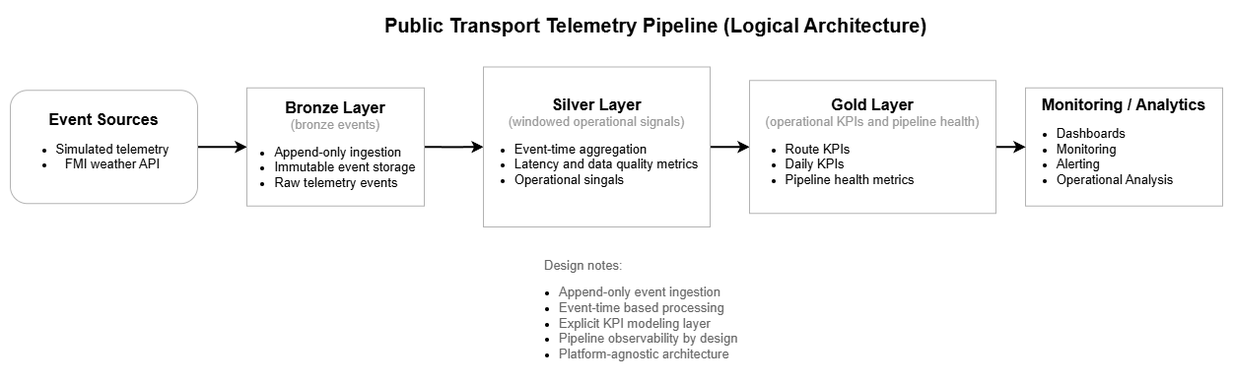
The draw.io diagram Projects/Public-Transport-Telemetry-Pipeline/docs/architecture.png in TuoYang263/Work-Project-Collections-on-Teko-ly, before a commit. Source tidied: cells renumbered, new cells last; positions are measured from the earlier drawing's top-left corner, leaving out a move shared by most shapes.
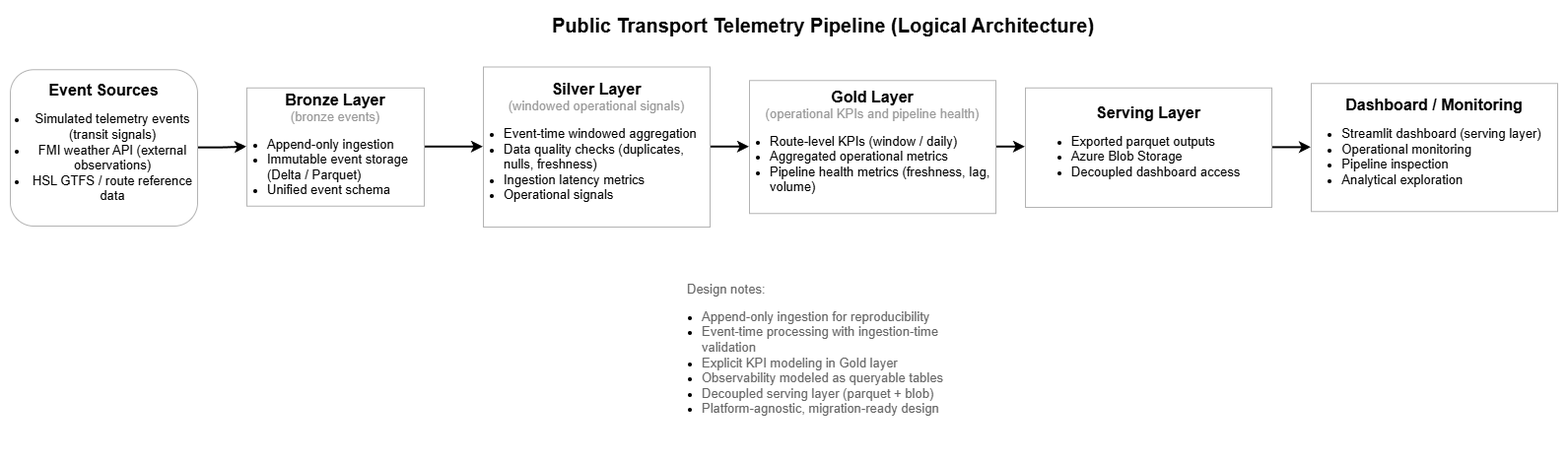
After the change.

The edit, as a diff of the source:
```diff
@@ -5,35 +5,41 @@
     <mxCell id="2" style="edgeStyle=orthogonalEdgeStyle;rounded=0;jettySize=auto;html=1;exitX=1;exitY=0.5;exitDx=0;exitDy=0;strokeWidth=2;" parent="1" edge="1" source="3" target="5">
       <mxGeometry relative="1" as="geometry" />
     </mxCell>
-    <mxCell id="3" value="&lt;span style=&quot;font-size: 16px;&quot;&gt;&lt;b&gt;Event Sources&lt;/b&gt;&lt;/span&gt;&lt;div&gt;&lt;ul style=&quot;padding-left: 18px;&quot;&gt;&lt;li&gt;&lt;font style=&quot;font-size: 13px;&quot;&gt;Simulated telemetry&lt;/font&gt;&lt;/li&gt;&lt;li&gt;&lt;font style=&quot;font-size: 13px;&quot;&gt;FMI weather API&lt;/font&gt;&lt;/li&gt;&lt;/ul&gt;&lt;/div&gt;" style="rounded=1;whiteSpace=wrap;html=1;strokeColor=#B3B3B3;" parent="1" vertex="1">
-      <mxGeometry y="81.2" width="190" height="115" as="geometry" />
+    <mxCell id="3" value="&lt;span style=&quot;font-size: 16px;&quot;&gt;&lt;b&gt;Event Sources&lt;/b&gt;&lt;/span&gt;&lt;div&gt;&lt;ul style=&quot;padding-left: 18px;&quot;&gt;&lt;li&gt;&lt;font style=&quot;font-size: 13px;&quot;&gt;Simulated telemetry events (transit signals)&lt;/font&gt;&lt;/li&gt;&lt;li&gt;&lt;font style=&quot;font-size: 13px;&quot;&gt;FMI weather API (external observations)&lt;/font&gt;&lt;/li&gt;&lt;li&gt;&lt;font style=&quot;font-size: 13px;&quot;&gt;HSL GTFS / route reference data&lt;/font&gt;&lt;/li&gt;&lt;/ul&gt;&lt;/div&gt;" style="rounded=1;whiteSpace=wrap;html=1;strokeColor=#B3B3B3;" parent="1" vertex="1">
+      <mxGeometry y="60.2" width="190" height="158.8" as="geometry" />
     </mxCell>
     <mxCell id="4" style="edgeStyle=orthogonalEdgeStyle;rounded=0;jettySize=auto;html=1;exitX=1;exitY=0.5;exitDx=0;exitDy=0;strokeWidth=2;" parent="1" edge="1" source="5" target="7">
       <mxGeometry relative="1" as="geometry" />
     </mxCell>
-    <mxCell id="5" value="&lt;font style=&quot;font-size: 16px;&quot;&gt;&lt;b&gt;Bronze Layer&lt;/b&gt;&lt;/font&gt;&lt;div&gt;&lt;span style=&quot;background-color: transparent;&quot;&gt;&lt;font style=&quot;font-size: 13px; color: light-dark(rgb(153, 153, 153), rgb(255, 255, 255));&quot;&gt;(bronze events)&lt;/font&gt;&lt;/span&gt;&lt;div&gt;&lt;ul style=&quot;padding-left: 20px; margin-bottom: 6px;&quot;&gt;&lt;li style=&quot;text-align: left;&quot;&gt;&lt;span style=&quot;font-size: 13px;&quot;&gt;Append-only ingestion&lt;/span&gt;&lt;/li&gt;&lt;li style=&quot;text-align: left;&quot;&gt;&lt;span style=&quot;font-size: 13px;&quot;&gt;Immutable event storage&lt;/span&gt;&lt;/li&gt;&lt;li style=&quot;text-align: left;&quot;&gt;&lt;span style=&quot;font-size: 13px;&quot;&gt;Raw telemetry events&lt;/span&gt;&lt;/li&gt;&lt;/ul&gt;&lt;/div&gt;&lt;/div&gt;" style="rounded=0;whiteSpace=wrap;html=1;strokeColor=#B3B3B3;" parent="1" vertex="1">
+    <mxCell id="5" value="&lt;font style=&quot;font-size: 16px;&quot;&gt;&lt;b&gt;Bronze Layer&lt;/b&gt;&lt;/font&gt;&lt;div&gt;&lt;span style=&quot;background-color: transparent;&quot;&gt;&lt;font style=&quot;font-size: 13px; color: light-dark(rgb(153, 153, 153), rgb(255, 255, 255));&quot;&gt;(bronze events)&lt;/font&gt;&lt;/span&gt;&lt;div&gt;&lt;ul style=&quot;padding-left: 20px; margin-bottom: 6px;&quot;&gt;&lt;li style=&quot;text-align: left;&quot;&gt;&lt;span style=&quot;font-size: 13px;&quot;&gt;Append-only ingestion&lt;/span&gt;&lt;/li&gt;&lt;li style=&quot;text-align: left;&quot;&gt;&lt;span style=&quot;font-size: 13px;&quot;&gt;Immutable event storage (Delta / Parquet)&lt;/span&gt;&lt;/li&gt;&lt;li style=&quot;text-align: left;&quot;&gt;&lt;span style=&quot;font-size: 13px;&quot;&gt;Unified event schema&lt;/span&gt;&lt;/li&gt;&lt;/ul&gt;&lt;/div&gt;&lt;/div&gt;" style="rounded=0;whiteSpace=wrap;html=1;strokeColor=#B3B3B3;" parent="1" vertex="1">
       <mxGeometry x="240" y="78.8" width="180" height="120" as="geometry" />
     </mxCell>
     <mxCell id="6" style="edgeStyle=orthogonalEdgeStyle;rounded=0;jettySize=auto;html=1;exitX=1;exitY=0.5;exitDx=0;exitDy=0;entryX=0;entryY=0.5;entryDx=0;entryDy=0;strokeWidth=2;" parent="1" edge="1" source="7" target="12">
       <mxGeometry relative="1" as="geometry" />
     </mxCell>
-    <mxCell id="7" value="&lt;b&gt;&lt;font style=&quot;font-size: 16px;&quot;&gt;Silver Layer&lt;/font&gt;&lt;/b&gt;&lt;div&gt;&lt;font color=&quot;#999999&quot;&gt;&lt;span style=&quot;font-size: 13px;&quot;&gt;(windowed operational signals)&lt;/span&gt;&lt;/font&gt;&lt;/div&gt;&lt;div&gt;&lt;ul style=&quot;padding-left: 20px;&quot;&gt;&lt;li style=&quot;text-align: left;&quot;&gt;&lt;span style=&quot;font-size: 13px;&quot;&gt;Event-time aggregation&lt;/span&gt;&lt;/li&gt;&lt;li style=&quot;text-align: left;&quot;&gt;&lt;span style=&quot;font-size: 13px;&quot;&gt;Latency and data quality metrics&lt;/span&gt;&lt;/li&gt;&lt;li style=&quot;text-align: left;&quot;&gt;&lt;span style=&quot;font-size: 13px;&quot;&gt;Operational singals&lt;/span&gt;&lt;/li&gt;&lt;/ul&gt;&lt;/div&gt;" style="rounded=0;whiteSpace=wrap;html=1;strokeColor=#B3B3B3;" parent="1" vertex="1">
+    <mxCell id="7" value="&lt;b&gt;&lt;font style=&quot;font-size: 16px;&quot;&gt;Silver Layer&lt;/font&gt;&lt;/b&gt;&lt;div&gt;&lt;font color=&quot;#999999&quot;&gt;&lt;span style=&quot;font-size: 13px;&quot;&gt;(windowed operational signals)&lt;/span&gt;&lt;/font&gt;&lt;/div&gt;&lt;div&gt;&lt;ul style=&quot;padding-left: 20px;&quot;&gt;&lt;li style=&quot;text-align: left;&quot;&gt;&lt;span style=&quot;font-size: 13px;&quot;&gt;Event-time windowed aggregation&lt;/span&gt;&lt;/li&gt;&lt;li style=&quot;text-align: left;&quot;&gt;&lt;span style=&quot;font-size: 13px;&quot;&gt;Data quality checks (duplicates, nulls, freshness)&lt;/span&gt;&lt;/li&gt;&lt;li style=&quot;text-align: left;&quot;&gt;&lt;span style=&quot;font-size: 13px;&quot;&gt;Ingestion latency metrics&lt;/span&gt;&lt;/li&gt;&lt;li style=&quot;text-align: left;&quot;&gt;&lt;span style=&quot;font-size: 13px;&quot;&gt;Operational signals&lt;/span&gt;&lt;/li&gt;&lt;/ul&gt;&lt;/div&gt;" style="rounded=0;whiteSpace=wrap;html=1;strokeColor=#B3B3B3;" parent="1" vertex="1">
       <mxGeometry x="480" y="57.5" width="230" height="162.5" as="geometry" />
     </mxCell>
-    <mxCell id="8" value="&lt;b&gt;&lt;font style=&quot;font-size: 16px;&quot;&gt;Monitoring&lt;/font&gt;&lt;/b&gt;&lt;b&gt;&lt;font style=&quot;font-size: 16px;&quot;&gt;&amp;nbsp;/&amp;nbsp;&lt;/font&gt;&lt;/b&gt;&lt;b&gt;&lt;font style=&quot;font-size: 16px;&quot;&gt;Analytics&lt;/font&gt;&lt;/b&gt;&lt;div&gt;&lt;ul style=&quot;padding-left: 15px;&quot;&gt;&lt;li style=&quot;text-align: left;&quot;&gt;&lt;font style=&quot;font-size: 13px;&quot;&gt;Dashboards&lt;/font&gt;&lt;/li&gt;&lt;li style=&quot;text-align: left;&quot;&gt;&lt;span style=&quot;font-size: 13px;&quot;&gt;Monitoring&lt;/span&gt;&lt;/li&gt;&lt;li style=&quot;text-align: left;&quot;&gt;&lt;span style=&quot;font-size: 13px;&quot;&gt;Alerting&lt;/span&gt;&lt;/li&gt;&lt;li style=&quot;text-align: left;&quot;&gt;&lt;span style=&quot;font-size: 13px;&quot;&gt;Operational Analysis&lt;/span&gt;&lt;/li&gt;&lt;/ul&gt;&lt;/div&gt;" style="rounded=0;whiteSpace=wrap;html=1;strokeColor=#B3B3B3;" parent="1" vertex="1">
-      <mxGeometry x="1030" y="78.8" width="200" height="120" as="geometry" />
+    <mxCell id="8" value="&lt;span style=&quot;font-size: 16px;&quot;&gt;&lt;b&gt;Dashboard / Monitoring&lt;/b&gt;&lt;/span&gt;&lt;br&gt;&lt;div&gt;&lt;ul style=&quot;padding-left: 15px;&quot;&gt;&lt;li style=&quot;text-align: left;&quot;&gt;&lt;span style=&quot;font-size: 13px;&quot;&gt;Streamlit dashboard (serving layer)&lt;/span&gt;&lt;/li&gt;&lt;li style=&quot;text-align: left;&quot;&gt;&lt;span style=&quot;font-size: 13px;&quot;&gt;Operational monitoring&lt;/span&gt;&lt;/li&gt;&lt;li style=&quot;text-align: left;&quot;&gt;&lt;span style=&quot;font-size: 13px;&quot;&gt;Pipeline inspection&lt;/span&gt;&lt;/li&gt;&lt;li style=&quot;text-align: left;&quot;&gt;&lt;span style=&quot;font-size: 13px;&quot;&gt;Analytical exploration&lt;/span&gt;&lt;/li&gt;&lt;/ul&gt;&lt;/div&gt;" style="rounded=0;whiteSpace=wrap;html=1;strokeColor=#B3B3B3;" parent="1" vertex="1">
+      <mxGeometry x="1320" y="74.2" width="250" height="130" as="geometry" />
     </mxCell>
-    <mxCell id="9" value="&lt;div&gt;&lt;font style=&quot;font-size: 13px; color: rgb(102, 102, 102);&quot;&gt;Design notes:&lt;/font&gt;&lt;/div&gt;&lt;div&gt;&lt;ul style=&quot;padding-left: 15px;&quot;&gt;&lt;li&gt;&lt;font color=&quot;#666666&quot;&gt;&lt;span style=&quot;font-size: 13px;&quot;&gt;Append-only event ingestion&lt;/span&gt;&lt;/font&gt;&lt;/li&gt;&lt;li&gt;&lt;font style=&quot;font-size: 13px; color: rgb(102, 102, 102);&quot;&gt;Event-time based processing&lt;/font&gt;&lt;/li&gt;&lt;li&gt;&lt;font style=&quot;font-size: 13px; color: rgb(102, 102, 102);&quot;&gt;Explicit KPI modeling layer&lt;/font&gt;&lt;/li&gt;&lt;li&gt;&lt;font style=&quot;font-size: 13px; color: rgb(102, 102, 102);&quot;&gt;Pipeline observability by design&lt;/font&gt;&lt;/li&gt;&lt;li&gt;&lt;font style=&quot;font-size: 13px; color: rgb(102, 102, 102);&quot;&gt;Platform-agnostic architecture&lt;/font&gt;&lt;/li&gt;&lt;/ul&gt;&lt;/div&gt;" style="text;html=1;whiteSpace=wrap;strokeColor=none;fillColor=none;align=left;verticalAlign=middle;rounded=0;" parent="1" vertex="1">
-      <mxGeometry x="540" y="250" width="230" height="120" as="geometry" />
+    <mxCell id="9" value="&lt;div&gt;&lt;font style=&quot;font-size: 13px; color: rgb(102, 102, 102);&quot;&gt;Design notes:&lt;/font&gt;&lt;/div&gt;&lt;div&gt;&lt;ul style=&quot;padding-left: 15px;&quot;&gt;&lt;li&gt;&lt;font style=&quot;font-size: 13px; color: rgb(102, 102, 102);&quot;&gt;Append-only ingestion for reproducibility&lt;/font&gt;&lt;/li&gt;&lt;li&gt;&lt;font style=&quot;font-size: 13px; color: rgb(102, 102, 102);&quot;&gt;Event-time processing with ingestion-time validation&lt;/font&gt;&lt;/li&gt;&lt;li&gt;&lt;font style=&quot;font-size: 13px; color: rgb(102, 102, 102);&quot;&gt;Explicit KPI modeling in Gold layer&lt;/font&gt;&lt;/li&gt;&lt;li&gt;&lt;font style=&quot;font-size: 13px; color: rgb(102, 102, 102);&quot;&gt;Observability modeled as queryable tables&lt;/font&gt;&lt;/li&gt;&lt;li&gt;&lt;font style=&quot;font-size: 13px; color: rgb(102, 102, 102);&quot;&gt;Decoupled serving layer (parquet + blob)&lt;/font&gt;&lt;/li&gt;&lt;li&gt;&lt;font style=&quot;font-size: 13px; color: rgb(102, 102, 102);&quot;&gt;Platform-agnostic, migration-ready design&lt;/font&gt;&lt;/li&gt;&lt;/ul&gt;&lt;/div&gt;" style="text;html=1;whiteSpace=wrap;strokeColor=none;fillColor=none;align=left;verticalAlign=middle;rounded=0;" parent="1" vertex="1">
+      <mxGeometry x="685" y="250" width="280" height="200" as="geometry" />
     </mxCell>
     <mxCell id="10" value="&lt;font style=&quot;font-size: 20px;&quot;&gt;&lt;b&gt;Public Transport Telemetry Pipeline (Logical Architecture)&lt;/b&gt;&lt;/font&gt;" style="text;html=1;whiteSpace=wrap;strokeColor=none;fillColor=none;align=center;verticalAlign=middle;rounded=0;" parent="1" vertex="1">
-      <mxGeometry x="360" width="590" height="30" as="geometry" />
+      <mxGeometry x="530" width="590" height="30" as="geometry" />
     </mxCell>
-    <mxCell id="11" style="edgeStyle=orthogonalEdgeStyle;rounded=0;jettySize=auto;html=1;exitX=1;exitY=0.5;exitDx=0;exitDy=0;entryX=0;entryY=0.5;entryDx=0;entryDy=0;strokeWidth=2;" parent="1" edge="1" source="12" target="8">
-      <mxGeometry relative="1" as="geometry" />
-    </mxCell>
+    <mxCell id="13" style="edgeStyle=orthogonalEdgeStyle;rounded=0;jettySize=auto;html=1;exitX=1;exitY=0.5;exitDx=0;exitDy=0;entryX=0;entryY=0.5;entryDx=0;entryDy=0;strokeWidth=2;" parent="1" edge="1" source="12" target="15">
+      <mxGeometry relative="1" as="geometry" />
+    </mxCell>
-    <mxCell id="12" value="&lt;b&gt;&lt;font style=&quot;font-size: 16px;&quot;&gt;Gold Layer&lt;/font&gt;&lt;/b&gt;&lt;div&gt;&lt;font color=&quot;#999999&quot;&gt;&lt;span style=&quot;font-size: 13px;&quot;&gt;(operational KPIs and pipeline health)&lt;/span&gt;&lt;/font&gt;&lt;/div&gt;&lt;div&gt;&lt;ul style=&quot;padding-left: 20px;&quot;&gt;&lt;li style=&quot;text-align: left;&quot;&gt;&lt;span style=&quot;font-size: 13px; background-color: transparent; color: light-dark(rgb(0, 0, 0), rgb(255, 255, 255));&quot;&gt;Route KPIs&lt;/span&gt;&lt;/li&gt;&lt;li style=&quot;text-align: left;&quot;&gt;&lt;span style=&quot;font-size: 13px;&quot;&gt;Daily KPIs&lt;/span&gt;&lt;/li&gt;&lt;li style=&quot;text-align: left;&quot;&gt;&lt;span style=&quot;font-size: 13px;&quot;&gt;Pipeline health metrics&lt;/span&gt;&lt;/li&gt;&lt;/ul&gt;&lt;/div&gt;" style="rounded=0;whiteSpace=wrap;html=1;strokeColor=#B3B3B3;" parent="1" vertex="1">
+    <mxCell id="12" value="&lt;b&gt;&lt;font style=&quot;font-size: 16px;&quot;&gt;Gold Layer&lt;/font&gt;&lt;/b&gt;&lt;div&gt;&lt;font color=&quot;#999999&quot;&gt;&lt;span style=&quot;font-size: 13px;&quot;&gt;(operational KPIs and pipeline health)&lt;/span&gt;&lt;/font&gt;&lt;/div&gt;&lt;div&gt;&lt;ul style=&quot;padding-left: 20px;&quot;&gt;&lt;li style=&quot;text-align: left;&quot;&gt;&lt;span style=&quot;font-size: 13px; background-color: transparent; color: light-dark(rgb(0, 0, 0), rgb(255, 255, 255));&quot;&gt;Route-level KPIs (window / daily)&lt;/span&gt;&lt;/li&gt;&lt;li style=&quot;text-align: left;&quot;&gt;&lt;span style=&quot;font-size: 13px;&quot;&gt;Aggregated operational metrics&lt;/span&gt;&lt;/li&gt;&lt;li style=&quot;text-align: left;&quot;&gt;&lt;span style=&quot;font-size: 13px;&quot;&gt;Pipeline health metrics (freshness, lag, volume)&lt;/span&gt;&lt;/li&gt;&lt;/ul&gt;&lt;/div&gt;" style="rounded=0;whiteSpace=wrap;html=1;strokeColor=#B3B3B3;" parent="1" vertex="1">
       <mxGeometry x="750" y="71.2" width="250" height="135" as="geometry" />
     </mxCell>
+    <mxCell id="14" style="edgeStyle=orthogonalEdgeStyle;rounded=0;jettySize=auto;html=1;exitX=1;exitY=0.5;exitDx=0;exitDy=0;entryX=0;entryY=0.5;entryDx=0;entryDy=0;strokeWidth=2;" parent="1" edge="1" source="15" target="8">
+      <mxGeometry relative="1" as="geometry" />
+    </mxCell>
+    <mxCell id="15" value="&lt;span style=&quot;font-size: 16px;&quot;&gt;&lt;b&gt;Serving Layer&lt;/b&gt;&lt;/span&gt;&lt;br&gt;&lt;div&gt;&lt;ul style=&quot;padding-left: 15px;&quot;&gt;&lt;li style=&quot;text-align: left;&quot;&gt;&lt;span style=&quot;font-size: 13px;&quot;&gt;Exported parquet outputs&lt;/span&gt;&lt;/li&gt;&lt;li style=&quot;text-align: left;&quot;&gt;&lt;span style=&quot;font-size: 13px;&quot;&gt;Azure Blob Storage&lt;/span&gt;&lt;/li&gt;&lt;li style=&quot;text-align: left;&quot;&gt;&lt;span style=&quot;font-size: 13px;&quot;&gt;Decoupled dashboard access&lt;/span&gt;&lt;/li&gt;&lt;/ul&gt;&lt;/div&gt;" style="rounded=0;whiteSpace=wrap;html=1;strokeColor=#B3B3B3;" parent="1" vertex="1">
+      <mxGeometry x="1030" y="78.8" width="250" height="121.2" as="geometry" />
+    </mxCell>
   </root>
 </mxGraphModel>
```
